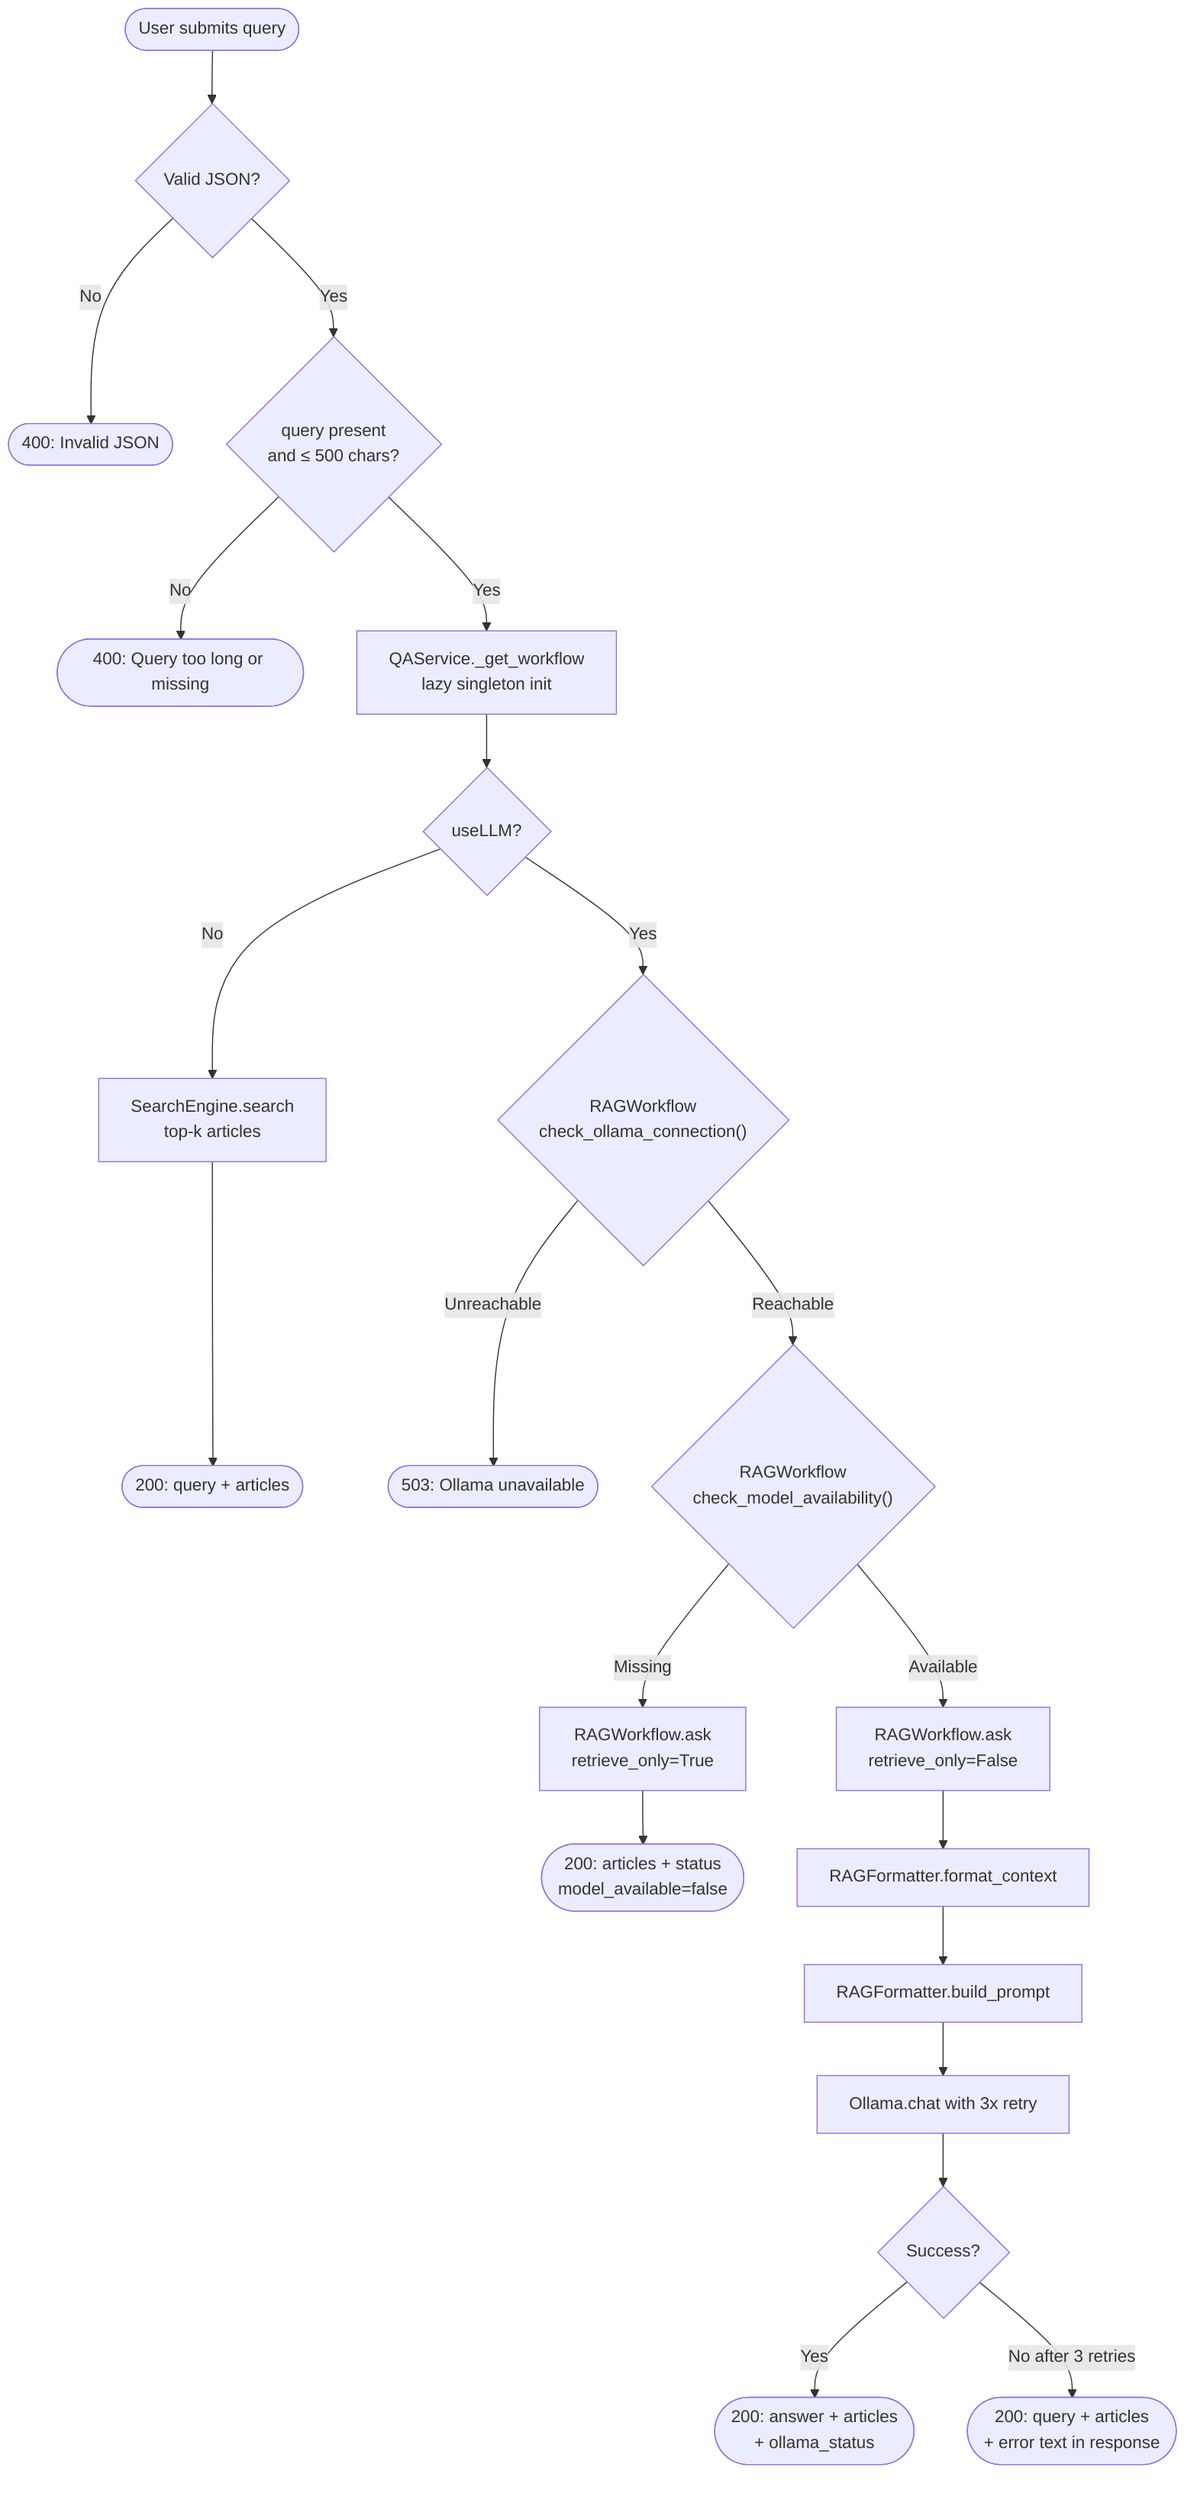
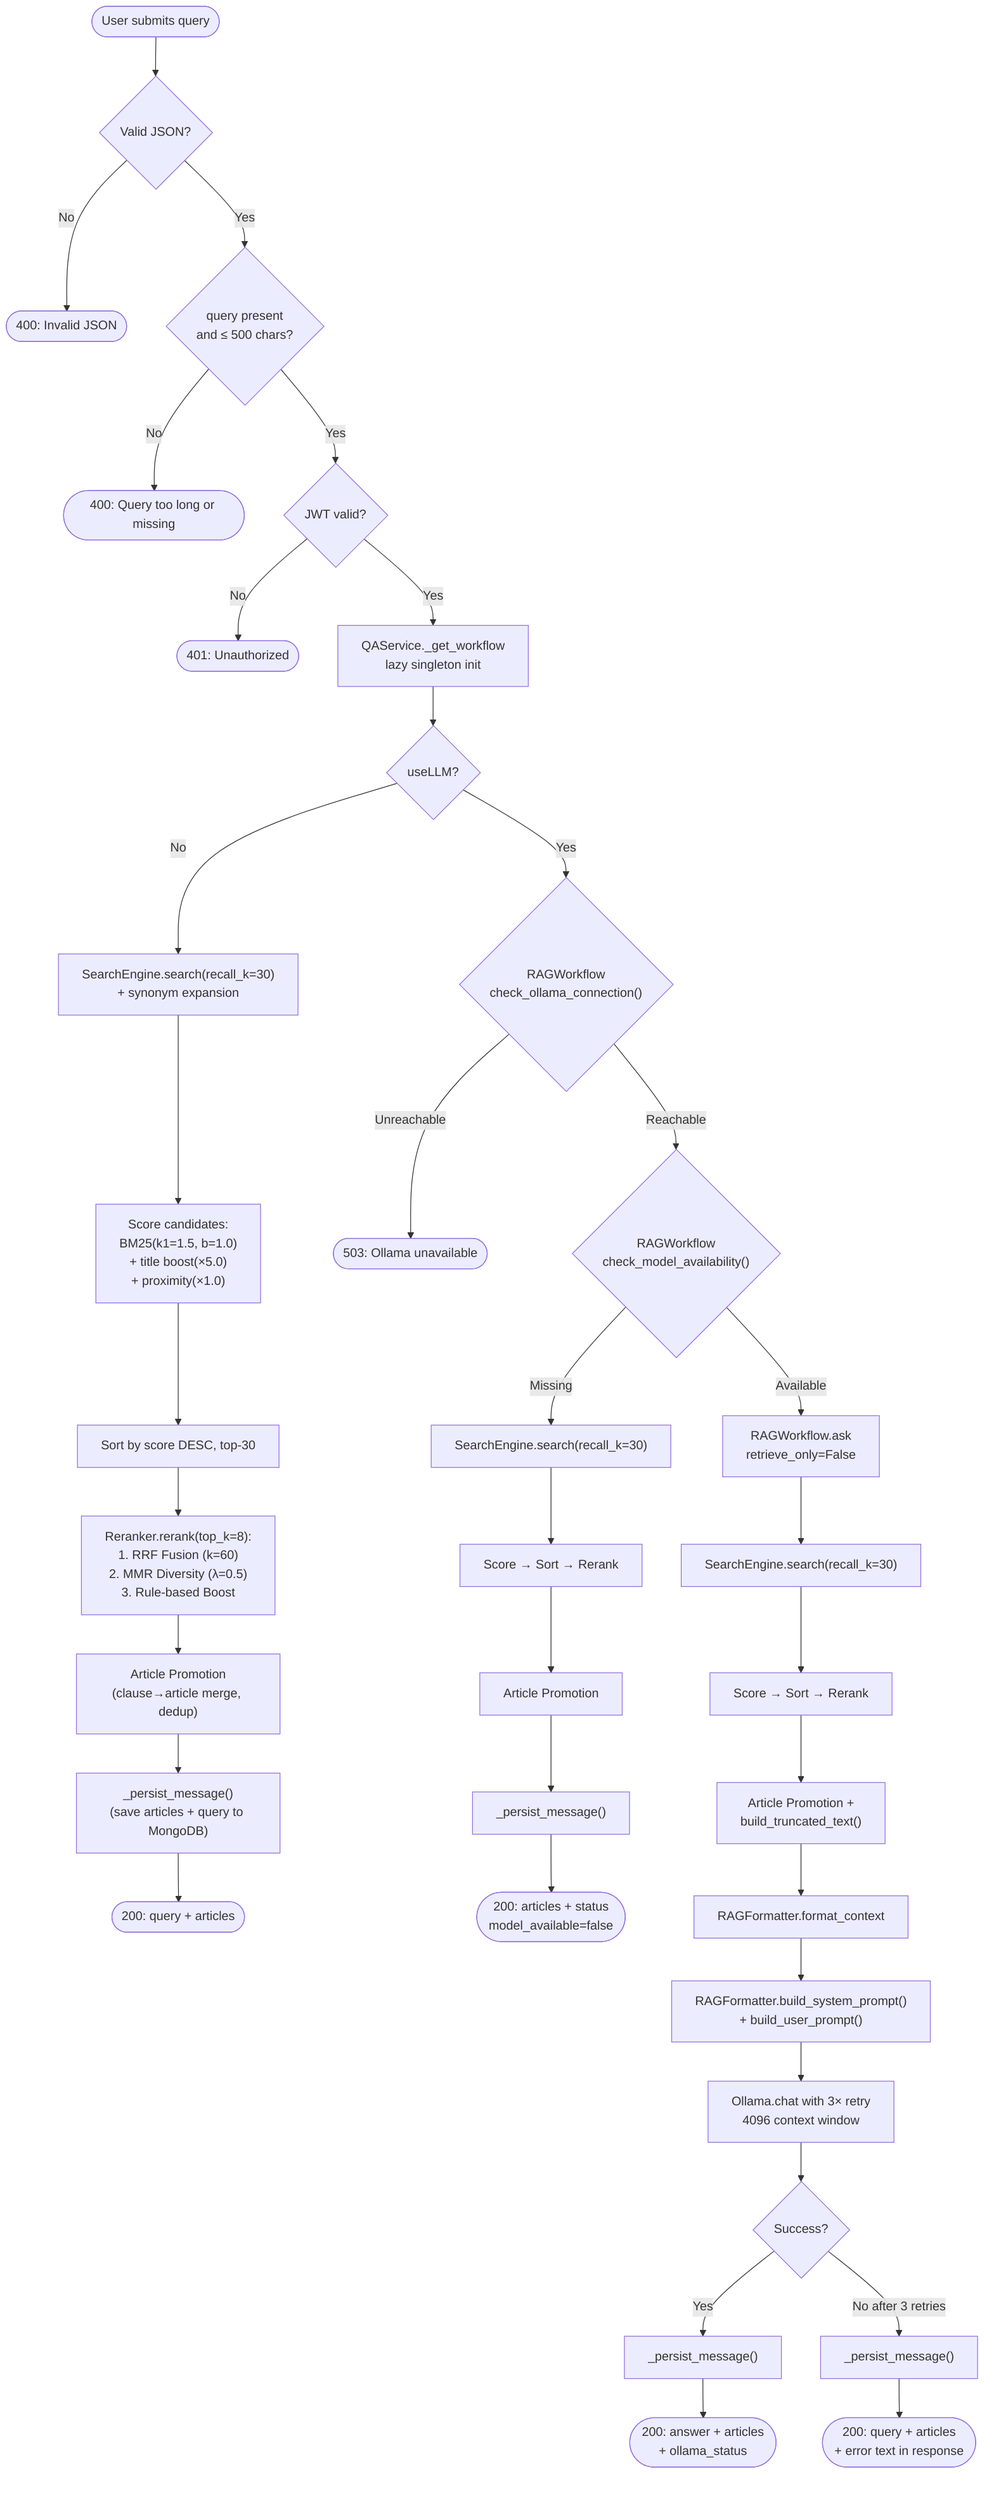
flowchart TD
    Start(["User submits query"]) --> ValidateJSON{"Valid JSON?"}
    ValidateJSON -->|No| BadRequest(["400: Invalid JSON"])
    ValidateJSON -->|Yes| CheckQuery{"query present<br/>and ≤ 500 chars?"}
    CheckQuery -->|No| BadQuery(["400: Query too long or missing"])
-     CheckQuery -->|Yes| GetEngine["QAService._get_workflow<br/>lazy singleton init"]
+     CheckQuery -->|Yes| CheckAuth{"JWT valid?"}
+     CheckAuth -->|No| Unauthorized(["401: Unauthorized"])
+     CheckAuth -->|Yes| GetEngine["QAService._get_workflow<br/>lazy singleton init"]
    GetEngine --> DecideLLM{"useLLM?"}

-     DecideLLM -->|No| Retrieve["SearchEngine.search<br/>top-k articles"]
-     Retrieve --> RetOnly(["200: query + articles"])
+     DecideLLM -->|No| Search["SearchEngine.search(recall_k=30)<br/>+ synonym expansion"]
+ 
+     Search --> Score["Score candidates:<br/>BM25(k1=1.5, b=1.0)<br/>+ title boost(×5.0)<br/>+ proximity(×1.0)"]
+     Score --> Sort["Sort by score DESC, top-30"]
+ 
+     Sort --> Rerank["Reranker.rerank(top_k=8):<br/>1. RRF Fusion (k=60)<br/>2. MMR Diversity (λ=0.5)<br/>3. Rule-based Boost"]
+ 
+     Rerank --> Promote["Article Promotion<br/>(clause→article merge, dedup)"]
+     Promote --> Persist["_persist_message()<br/>(save articles + query to MongoDB)"]
+     Persist --> RetOnly(["200: query + articles"])

    DecideLLM -->|Yes| CheckOllama{"RAGWorkflow<br/>check_ollama_connection()"}
    CheckOllama -->|Unreachable| OllamaDown(["503: Ollama unavailable"])
    CheckOllama -->|Reachable| CheckModel{"RAGWorkflow<br/>check_model_availability()"}

-     CheckModel -->|Missing| RetrieveW["RAGWorkflow.ask<br/>retrieve_only=True"]
-     RetrieveW --> ModelWarn(["200: articles + status<br/>model_available=false"])
+     CheckModel -->|Missing| SearchW["SearchEngine.search(recall_k=30)"]
+     SearchW --> ScoreW["Score → Sort → Rerank"]
+     ScoreW --> PromoteW["Article Promotion"]
+     PromoteW --> PersistW["_persist_message()"]
+     PersistW --> ModelWarn(["200: articles + status<br/>model_available=false"])

    CheckModel -->|Available| RagFull["RAGWorkflow.ask<br/>retrieve_only=False"]
-     RagFull --> Format["RAGFormatter.format_context"]
-     Format --> BuildPrompt["RAGFormatter.build_prompt"]
-     BuildPrompt --> LLMCall["Ollama.chat with 3x retry"]
+     RagFull --> SearchF["SearchEngine.search(recall_k=30)"]
+     SearchF --> ScoreF["Score → Sort → Rerank"]
+     ScoreF --> PromoteF["Article Promotion +<br/>build_truncated_text()"]
+     PromoteF --> Format["RAGFormatter.format_context"]
+     Format --> BuildPrompt["RAGFormatter.build_system_prompt()<br/>+ build_user_prompt()"]
+     BuildPrompt --> LLMCall["Ollama.chat with 3× retry<br/>4096 context window"]
    LLMCall --> LLMSuccess{"Success?"}
-     LLMSuccess -->|Yes| ReturnFull(["200: answer + articles<br/>+ ollama_status"])
-     LLMSuccess -->|No after 3 retries| ReturnError(["200: query + articles<br/>+ error text in response"])
+     LLMSuccess -->|Yes| PersistFull["_persist_message()"]
+     PersistFull --> ReturnFull(["200: answer + articles<br/>+ ollama_status"])
+     LLMSuccess -->|No after 3 retries| PersistErr["_persist_message()"]
+     PersistErr --> ReturnError(["200: query + articles<br/>+ error text in response"])
